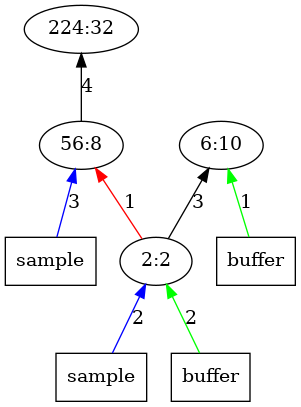
Before: outputImages/op32.png.png, a diagram exported from Graphviz (AbhikKhan/MTP_IITG). Its source is kept beside it as outputTrees/op32.dot. Its diagram source:
```dot
digraph Tree{
	rankdir="BT"
	1 [label = "224:32"];
	2 -> 1 [label = "4", color = "black"];
	x21 -> 2 [label = "3", color = "blue"];
	x21 [label = "sample", shape = "box"];
	2 [label = "56:8"];
	x32 -> 3 [label = "1", color = "green"];
	x32 [label = "buffer", shape = "box"];
	3 [label = "6:10"];
	4 -> 3 [label = "3", color = "black"];
	4 -> 2 [label = "1", color = "red"];
	x41 -> 4 [label = "2", color = "blue"];
	x41 [label = "sample", shape = "box"];
	x42 -> 4 [label = "2", color = "green"];
	x42 [label = "buffer", shape = "box"];
	4 [label = "2:2"];
}
```
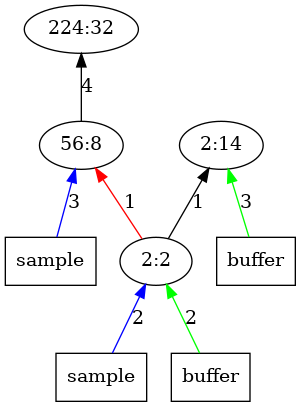
After the change.

Diff of the diagram source:
```diff
@@ -5,10 +5,10 @@
 	x21 -> 2 [label = "3", color = "blue"];
 	x21 [label = "sample", shape = "box"];
 	2 [label = "56:8"];
-	x32 -> 3 [label = "1", color = "green"];
+	x32 -> 3 [label = "3", color = "green"];
 	x32 [label = "buffer", shape = "box"];
-	3 [label = "6:10"];
-	4 -> 3 [label = "3", color = "black"];
+	3 [label = "2:14"];
+	4 -> 3 [label = "1", color = "black"];
 	4 -> 2 [label = "1", color = "red"];
 	x41 -> 4 [label = "2", color = "blue"];
 	x41 [label = "sample", shape = "box"];
```
